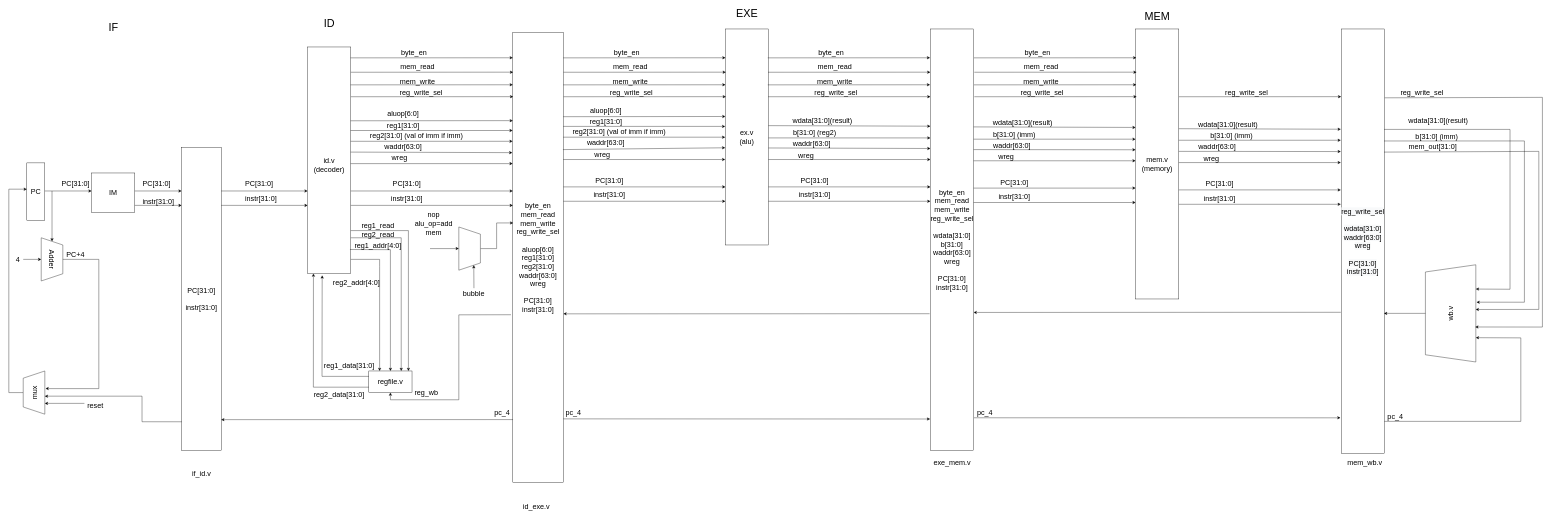
li-ziang/-.cpp keeps this draw.io diagram as Untitled Diagram.drawio. Above is the earlier version. Source tidied: cells renumbered, new cells numbered last; positions are measured from the earlier drawing's top-left corner, leaving out a move shared by most shapes. Both pictures are drawn from the tidied source at 36%, with x=0, y=0 at pixel (9, 7).
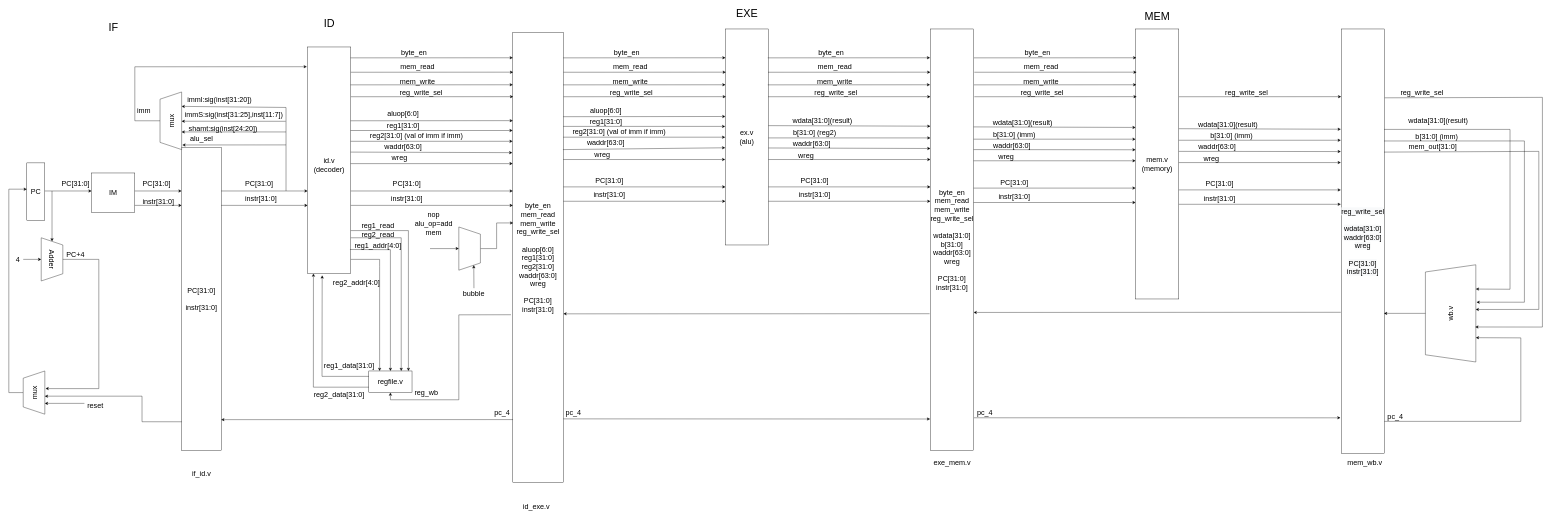
Above is the later version.

Unchanged cells that the change refers to:
```xml
<mxCell id="17" value="&lt;br&gt;id.v&lt;br&gt;(decoder)" style="rounded=0;whiteSpace=wrap;html=1;fontSize=20;align=center;" parent="1" vertex="1">
  <mxGeometry x="830" y="110" width="120" height="630" as="geometry" />
</mxCell>
```

The edit, as a diff of the source:
```diff
@@
+    <mxCell id="179" style="endArrow=classic;html=1;rounded=0;fontSize=20;entryX=0.75;entryY=1;entryDx=0;entryDy=0;" parent="1" edge="1" target="180">
+      <mxGeometry relative="1" as="geometry">
+        <mxPoint x="770" y="510" as="sourcePoint" />
+        <Array as="points">
+          <mxPoint x="770" y="278" />
+        </Array>
+      </mxGeometry>
+    </mxCell>
+    <mxCell id="180" value="mux" style="shape=trapezoid;perimeter=trapezoidPerimeter;whiteSpace=wrap;html=1;fixedSize=1;fontSize=20;align=center;rotation=-90;" parent="1" vertex="1">
+      <mxGeometry x="370" y="285" width="160" height="60" as="geometry" />
+    </mxCell>
+    <mxCell id="181" style="endArrow=classic;html=1;rounded=0;fontSize=20;exitX=0.997;exitY=1.148;exitDx=0;exitDy=0;exitPerimeter=0;" parent="1" edge="1" source="183">
+      <mxGeometry relative="1" as="geometry">
+        <mxPoint x="480" y="316.3" as="targetPoint" />
+      </mxGeometry>
+    </mxCell>
+    <mxCell id="182" value="imml:sig(inst[31:20])" style="text;html=1;align=center;verticalAlign=middle;strokeColor=none;fillColor=none;fontSize=20;" parent="1" vertex="1">
+      <mxGeometry x="490" y="240" width="190" height="30" as="geometry" />
+    </mxCell>
+    <mxCell id="183" value="immS:sig(inst[31:25],inst[11:7])" style="text;html=1;align=center;verticalAlign=middle;points=[];strokeColor=none;fillColor=none;fontSize=20;" parent="1" vertex="1">
+      <mxGeometry x="480" y="282" width="290" height="30" as="geometry" />
+    </mxCell>
+    <mxCell id="184" style="endArrow=classic;html=1;rounded=0;fontSize=20;" parent="1" edge="1">
+      <mxGeometry relative="1" as="geometry">
+        <mxPoint x="770" y="346" as="sourcePoint" />
+        <mxPoint x="480" y="346" as="targetPoint" />
+      </mxGeometry>
+    </mxCell>
+    <mxCell id="185" value="shamt:sig(inst[24:20])" style="text;html=1;align=center;verticalAlign=middle;strokeColor=none;fillColor=none;fontSize=20;" parent="1" vertex="1">
+      <mxGeometry x="490" y="320" width="210" height="30" as="geometry" />
+    </mxCell>
+    <mxCell id="186" style="endArrow=classic;html=1;rounded=0;fontSize=20;exitX=0.5;exitY=0;exitDx=0;exitDy=0;entryX=-0.019;entryY=0.087;entryDx=0;entryDy=0;entryPerimeter=0;" parent="1" edge="1" source="180" target="17">
+      <mxGeometry relative="1" as="geometry">
+        <Array as="points">
+          <mxPoint x="350" y="315" />
+          <mxPoint x="350" y="165" />
+        </Array>
+      </mxGeometry>
+    </mxCell>
+    <mxCell id="187" value="imm" style="text;html=1;align=center;verticalAlign=middle;strokeColor=none;fillColor=none;fontSize=20;" parent="1" vertex="1">
+      <mxGeometry x="350" y="270" width="50" height="30" as="geometry" />
+    </mxCell>
+    <mxCell id="188" style="endArrow=classic;html=1;rounded=0;fontSize=20;entryX=0.08;entryY=1.033;entryDx=0;entryDy=0;entryPerimeter=0;" parent="1" edge="1" target="180">
+      <mxGeometry relative="1" as="geometry">
+        <mxPoint x="770" y="382" as="sourcePoint" />
+      </mxGeometry>
+    </mxCell>
+    <mxCell id="189" value="alu_sel" style="text;html=1;align=center;verticalAlign=middle;strokeColor=none;fillColor=none;fontSize=20;" parent="1" vertex="1">
+      <mxGeometry x="495" y="350" width="80" height="30" as="geometry" />
+    </mxCell>
```
